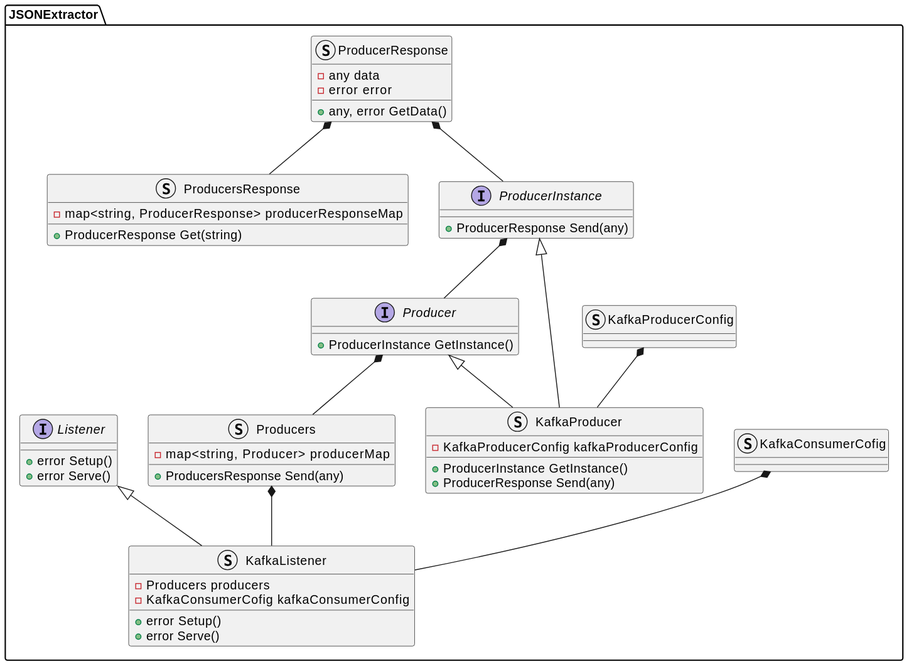
xtuml/otel2pv keeps this PlantUML diagram as docs/design_notes/DN1_JSON_Extractor/class_diagram.svg. Above is the earlier version.
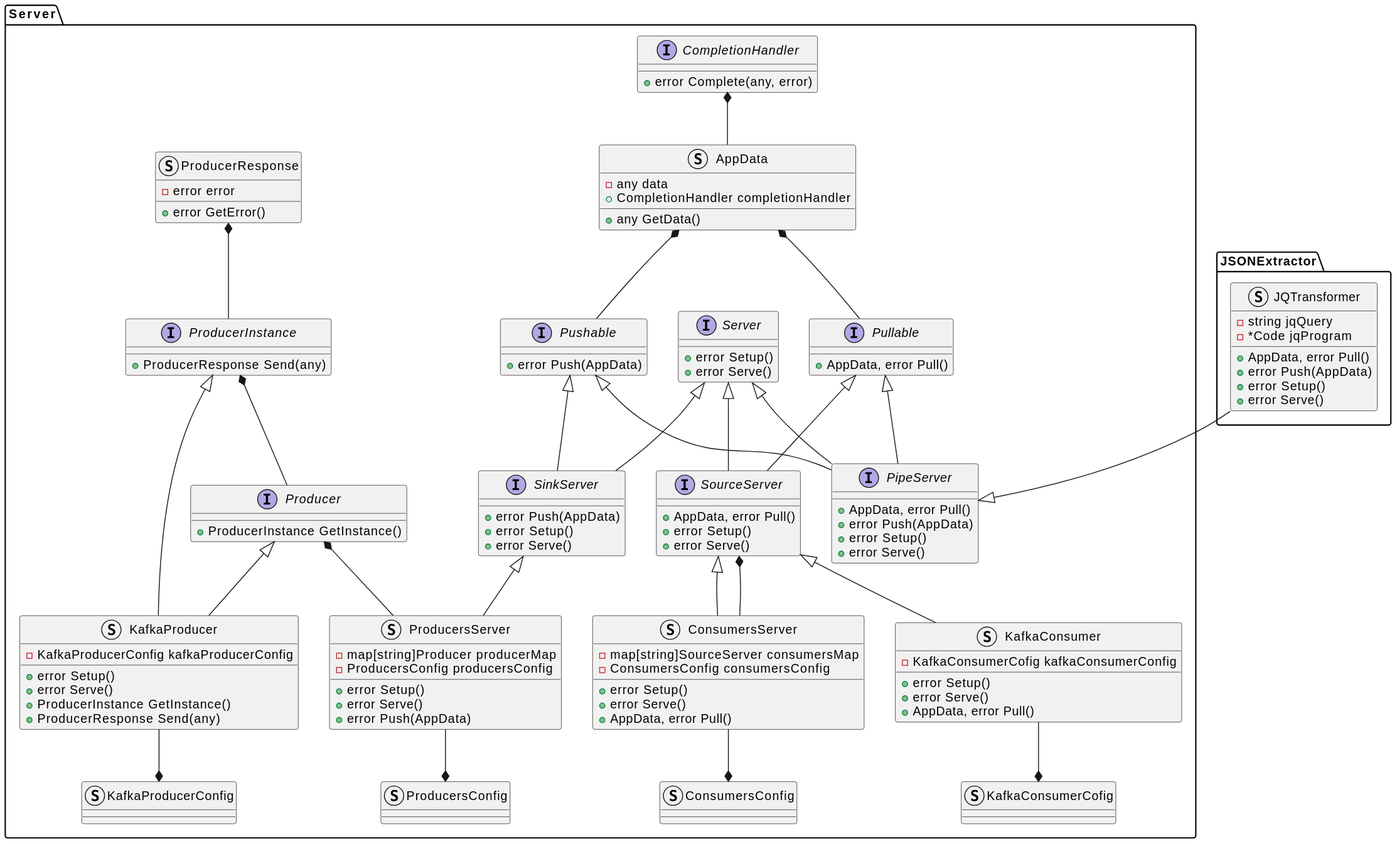
The same diagram one commit later.

Commit message:
CDSOPV-26 update class diagram

Change to the diagram source:
```diff
@@ -1,17 +1,42 @@
 @startuml
-namespace JSONExtractor {
-    interface Listener {
+namespace Server {
+    interface CompletionHandler {
+        +error Complete(any, error)
+    }
+    struct AppData {
+        -any data
+        +CompletionHandler completionHandler
+        +any GetData()
+    }
+    interface Server {
+        +error Setup()
+        +error Serve()
+    }
+    interface Pullable {
+        +AppData, error Pull()
+    }
+    interface Pushable {
+        +error Push(AppData)
+    }
+    interface SourceServer {
+        +AppData, error Pull()
+        +error Setup()
+        +error Serve()
+    }
+    interface SinkServer {
+        +error Push(AppData)
+        +error Setup()
+        +error Serve()
+    }
+    interface PipeServer {
+        +AppData, error Pull()
+        +error Push(AppData)
         +error Setup()
         +error Serve()
     }
     struct ProducerResponse {
-        -any data
         -error error
-        +any, error GetData()
-    }
-    struct ProducersResponse {
-        -map<string, ProducerResponse> producerResponseMap
-        +ProducerResponse Get(string)
+        +error GetError()
     }
     interface ProducerInstance {
         +ProducerResponse Send(any)
@@ -19,32 +44,73 @@
     interface Producer {
         +ProducerInstance GetInstance()
     }
-    struct Producers {
-        -map<string, Producer> producerMap
-        +ProducersResponse Send(any)
-    }
-    struct KafkaListener {
-        -Producers producers
+    struct KafkaConsumer {
         -KafkaConsumerCofig kafkaConsumerConfig
         +error Setup()
         +error Serve()
+        +AppData, error Pull()
     }
     struct KafkaProducer {
         -KafkaProducerConfig kafkaProducerConfig
+        +error Setup()
+        +error Serve()
         +ProducerInstance GetInstance()
         +ProducerResponse Send(any)
     }
+    struct ProducersServer {
+        -map[string]Producer producerMap
+        -ProducersConfig producersConfig
+        +error Setup()
+        +error Serve()
+        +error Push(AppData)
+    }
+    struct ConsumersServer {
+        -map[string]SourceServer consumersMap
+        -ConsumersConfig consumersConfig
+        +error Setup()
+        +error Serve()
+        +AppData, error Pull()
+    }
     struct KafkaConsumerCofig
     struct KafkaProducerConfig
+    struct ProducersConfig
+    struct ConsumersConfig
 }
-JSONExtractor.Producer <|-- JSONExtractor.KafkaProducer
-JSONExtractor.ProducerInstance <|-- JSONExtractor.KafkaProducer
-JSONExtractor.Listener <|-- JSONExtractor.KafkaListener
-JSONExtractor.ProducerResponse *-- JSONExtractor.ProducersResponse
-JSONExtractor.KafkaConsumerCofig *-- JSONExtractor.KafkaListener
-JSONExtractor.KafkaProducerConfig *-- JSONExtractor.KafkaProducer
-JSONExtractor.Producers *-- JSONExtractor.KafkaListener
-JSONExtractor.Producer *-- JSONExtractor.Producers
-JSONExtractor.ProducerResponse *-- JSONExtractor.ProducerInstance
-JSONExtractor.ProducerInstance *-- JSONExtractor.Producer
+namespace JSONExtractor {
+    struct JQTransformer {
+        -string jqQuery
+        -*Code jqProgram
+        +AppData, error Pull()
+        +error Push(AppData)
+        +error Setup()
+        +error Serve()
+    }
+}
+Server.CompletionHandler *-- Server.AppData
+Server.AppData *-- Server.Pullable
+Server.AppData *-- Server.Pushable
+Server.Server <|-- Server.SourceServer
+Server.Pullable <|-- Server.SourceServer
+Server.Server <|-- Server.SinkServer
+Server.Pushable <|-- Server.SinkServer
+Server.Pushable <|-- Server.PipeServer
+Server.Pullable <|-- Server.PipeServer
+Server.Server <|-- Server.PipeServer
+
+Server.ProducerResponse *-- Server.ProducerInstance
+Server.ProducerInstance *-- Server.Producer
+Server.Producer <|-- Server.KafkaProducer
+Server.ProducerInstance <|-- Server.KafkaProducer
+Server.SourceServer <|-- Server.KafkaConsumer
+Server.Producer *-- Server.ProducersServer
+Server.SinkServer <|-- Server.ProducersServer
+Server.SourceServer <|-- Server.ConsumersServer
+Server.SourceServer *-- Server.ConsumersServer
+
+Server.KafkaConsumerCofig *-up- Server.KafkaConsumer
+Server.KafkaProducerConfig *-up- Server.KafkaProducer
+Server.ProducersConfig *-up- Server.ProducersServer
+Server.ConsumersConfig *-up- Server.ConsumersServer
+
+Server.PipeServer <|-up- JSONExtractor.JQTransformer
 @enduml
```
